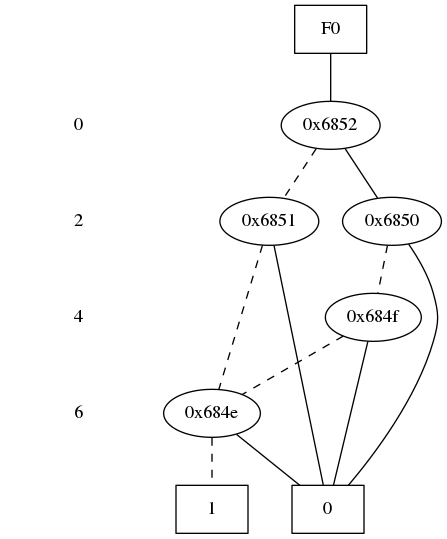
Above: bdd/graph.png in Marianna-Pinho/Topicos_Especiais_IV (Graphviz), before the change. Its source is kept beside it as bdd/graph.dot.
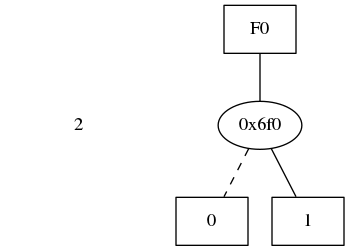
The same diagram one commit later.

Change to the diagram source:
```diff
@@ -10,43 +10,40 @@
 { rank = same; node [shape = box]; edge [style = invis];
 "F0"; }
 { rank = same; " 0 ";
-"0x3a7";
+"0x3fb";
 }
 { rank = same; " 2 ";
-"0x3a1";
-"0x3a6";
+"0x3f5";
+"0x3fa";
 }
 { rank = same; " 4 ";
-"0x39f";
-"0x3a0";
-"0x3a5";
+"0x3f9";
+"0x3f4";
 }
 { rank = same; " 6 ";
-"0x39b";
-"0x39a";
+"0x3f1";
+"0x3f0";
 }
 { rank = same; "CONST NODES";
-{ node [shape = box]; "0x1ba";
-"0x1b9";
+{ node [shape = box]; "0x23a";
+"0x239";
 }
 }
-"F0" -> "0x3a7" [style = solid];
-"0x3a7" -> "0x3a6";
-"0x3a7" -> "0x3a1" [style = dashed];
-"0x3a1" -> "0x39f";
-"0x3a1" -> "0x3a0" [style = dashed];
-"0x3a6" -> "0x3a0";
-"0x3a6" -> "0x3a5" [style = dashed];
-"0x39f" -> "0x1b9";
-"0x39f" -> "0x39b" [style = dashed];
-"0x3a0" -> "0x39b";
-"0x3a0" -> "0x39a" [style = dashed];
-"0x3a5" -> "0x39b";
-"0x3a5" -> "0x1ba" [style = dashed];
-"0x39b" -> "0x1ba";
-"0x39b" -> "0x1b9" [style = dashed];
-"0x39a" -> "0x1b9";
-"0x39a" -> "0x1ba" [style = dashed];
-"0x1ba" [label = "0"];
-"0x1b9" [label = "1"];
+"F0" -> "0x3fb" [style = solid];
+"0x3fb" -> "0x3fa";
+"0x3fb" -> "0x3f5" [style = dashed];
+"0x3f5" -> "0x3f4";
+"0x3f5" -> "0x23a" [style = dashed];
+"0x3fa" -> "0x3f9";
+"0x3fa" -> "0x23a" [style = dashed];
+"0x3f9" -> "0x3f1";
+"0x3f9" -> "0x3f0" [style = dashed];
+"0x3f4" -> "0x239";
+"0x3f4" -> "0x23a" [style = dashed];
+"0x3f1" -> "0x23a";
+"0x3f1" -> "0x239" [style = dashed];
+"0x3f0" -> "0x239";
+"0x3f0" -> "0x23a" [style = dashed];
+"0x23a" [label = "0"];
+"0x239" [label = "1"];
 }
```
